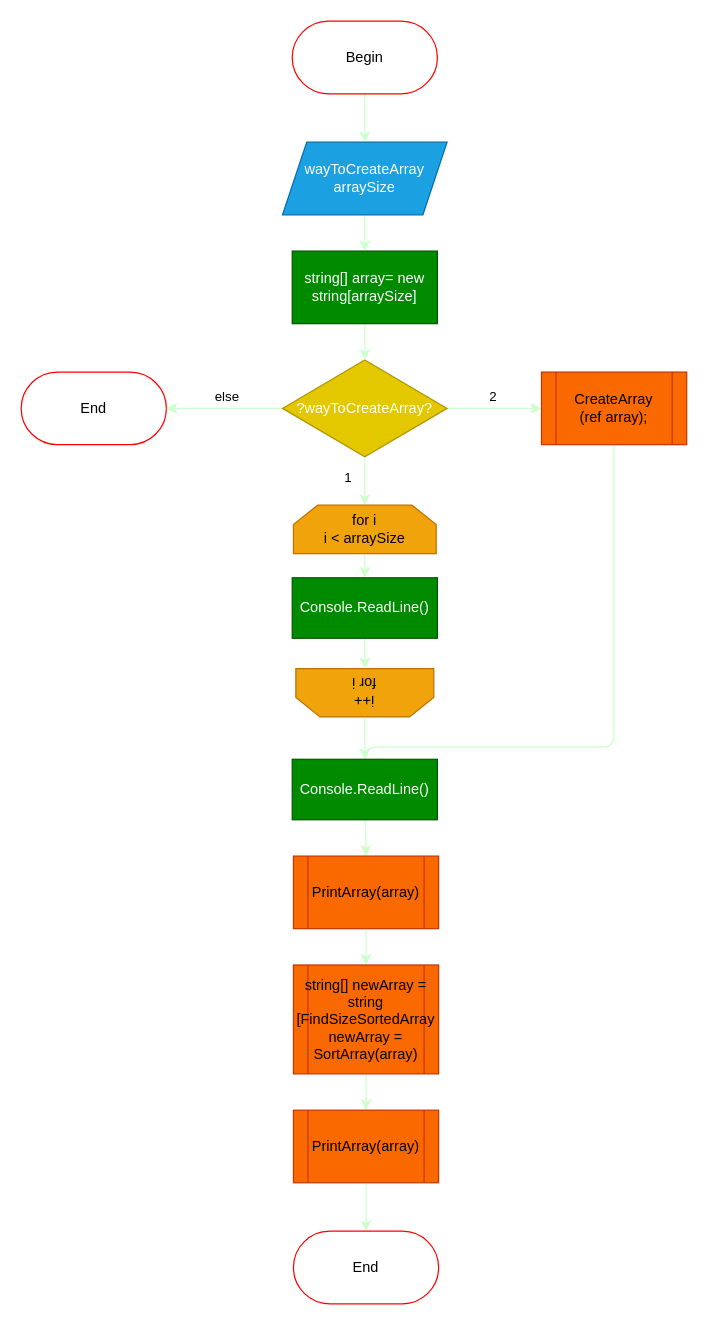
Above: page "Main" (1 of 5) of algorithm/algorithm.drawio in hvtee/verification_work (draw.io), before the change. Source tidied: cells renumbered, new cells numbered last; positions are measured from the earlier drawing's top-left corner, leaving out a move shared by most shapes. Both pictures are drawn from the tidied source at 121%, with x=0, y=0 at pixel (21, 21).
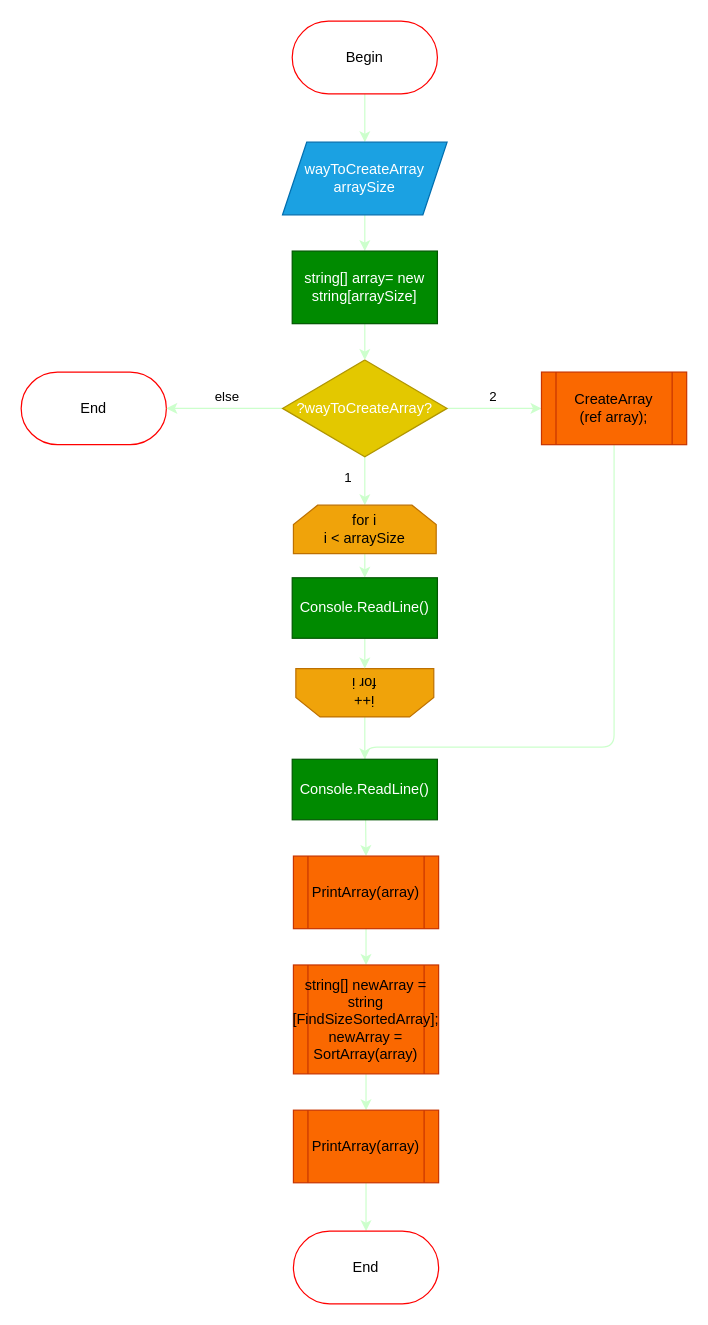
The same diagram, later.

Diff of the diagram source:
```diff
@@
-    <mxCell id="24" value="string[] newArray = string [FindSizeSortedArray&lt;br&gt;newArray = SortArray(array)" style="shape=process;whiteSpace=wrap;html=1;backgroundOutline=1;strokeColor=#C73500;fillColor=#fa6800;fontColor=#000000;" parent="1" vertex="1">
+    <mxCell id="24" value="string[] newArray = string [FindSizeSortedArray];&lt;br&gt;newArray = SortArray(array)" style="shape=process;whiteSpace=wrap;html=1;backgroundOutline=1;strokeColor=#C73500;fillColor=#fa6800;fontColor=#000000;" parent="1" vertex="1">
       <mxGeometry x="225" y="780" width="120" height="90" as="geometry" />
     </mxCell>
```
